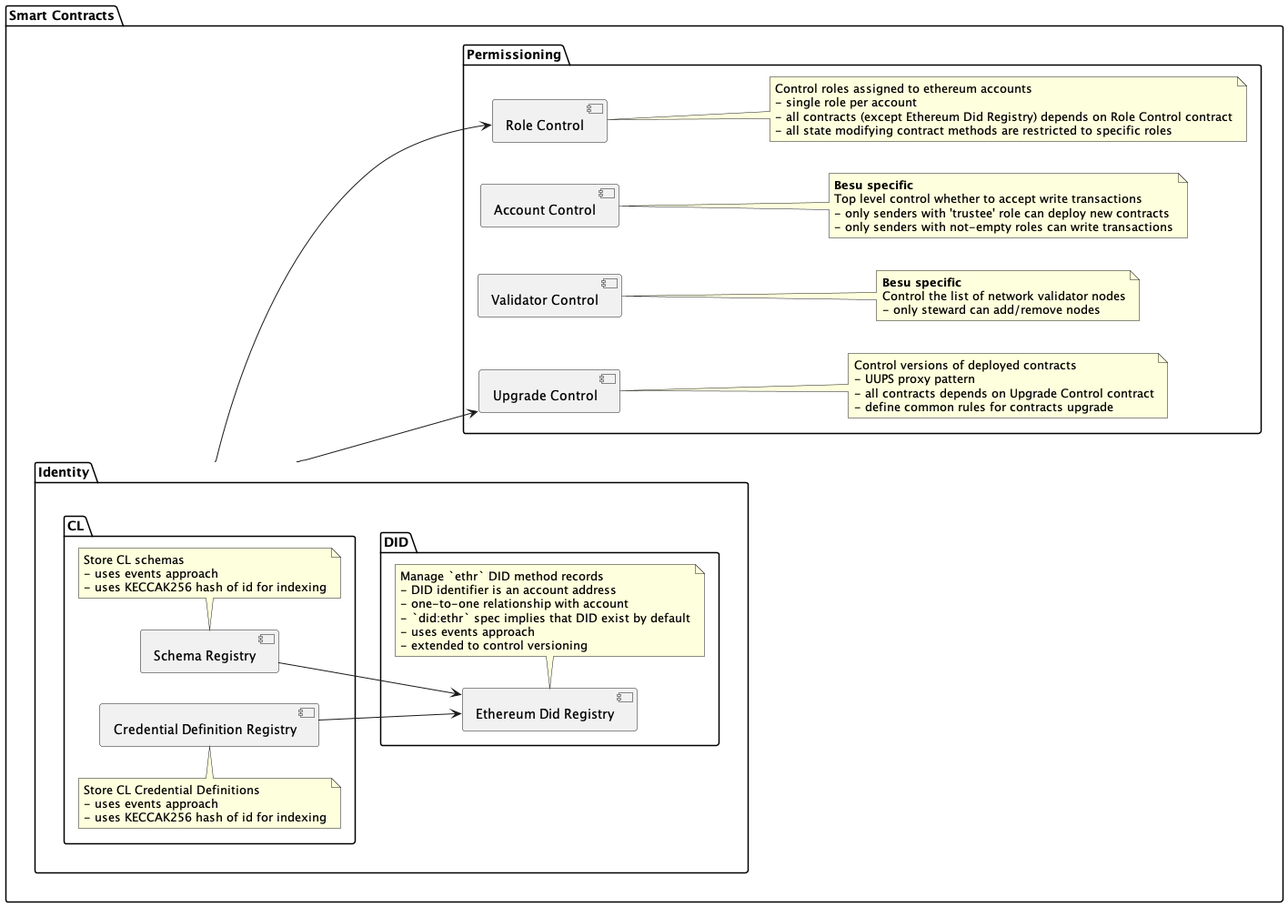
hyperledger/indy-besu keeps this PlantUML diagram as docs/design/contracts.png. Above is the earlier version.
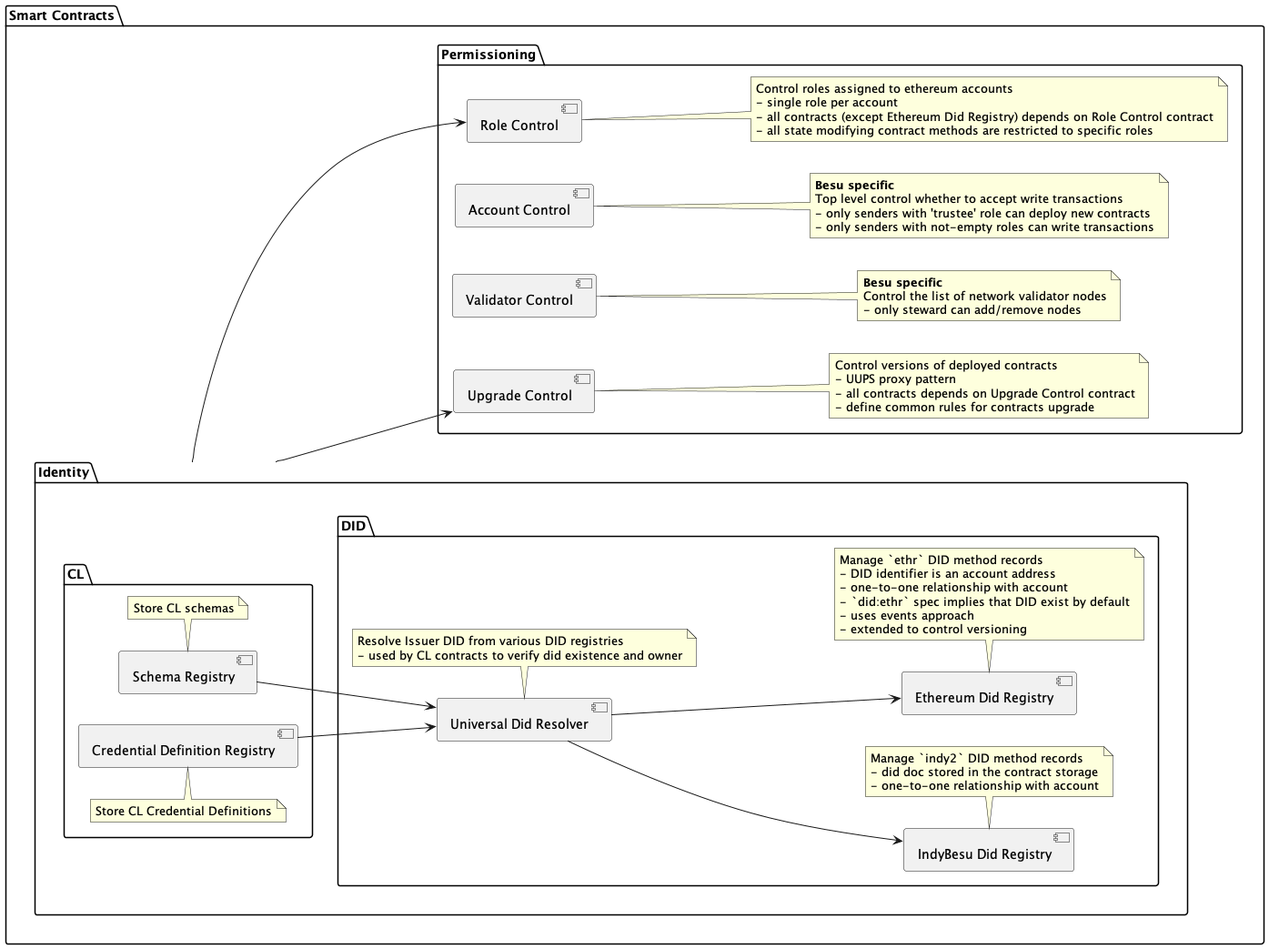
Above is the later version.

The edit, as a diff of the source:
```diff
@@ -42,6 +42,13 @@
 
        package "DID" {
 
+            component [IndyBesu Did Registry]
+            note bottom of [IndyBesu Did Registry]
+              Manage `indy2` DID method records
+              - did doc stored in the contract storage
+              - one-to-one relationship with account
+            end note
+
             component [Ethereum Did Registry]
             note bottom of [Ethereum Did Registry]
               Manage `ethr` DID method records
@@ -51,6 +58,12 @@
               - uses events approach
               - extended to control versioning
             end note
+
+            component [Universal Did Resolver]
+            note bottom of [Universal Did Resolver]
+              Resolve Issuer DID from various DID registries
+              - used by CL contracts to verify did existence and owner
+            end note
         }
 
         package "CL" {
@@ -58,23 +71,21 @@
             component [Schema Registry]
             note bottom of [Schema Registry]
               Store CL schemas
-              - uses events approach
-              - uses KECCAK256 hash of id for indexing
             end note
 
             component [Credential Definition Registry]
             note top of [Credential Definition Registry]
               Store CL Credential Definitions
-              - uses events approach
-              - uses KECCAK256 hash of id for indexing
             end note
         }
     }
 
     [Identity] --> [Role Control]
     [Identity] --> [Upgrade Control]
-    [Schema Registry] --> [Ethereum Did Registry]
-    [Credential Definition Registry] --> [Ethereum Did Registry]
+    [Universal Did Resolver] --> [IndyBesu Did Registry]
+    [Universal Did Resolver] --> [Ethereum Did Registry]
+    [Schema Registry] --> [Universal Did Resolver]
+    [Credential Definition Registry] --> [Universal Did Resolver]
 }
 
 @enduml
```
